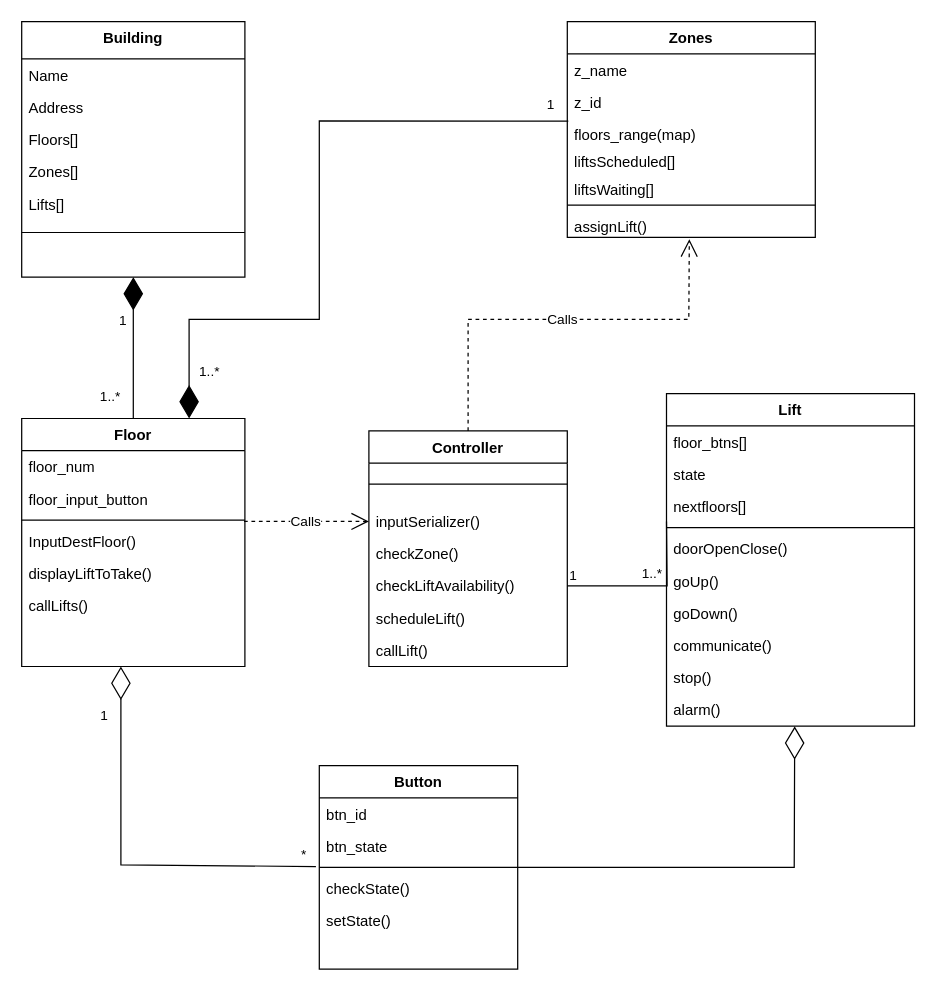
Above: ClassD_Lift_Management_Problem.drawio in moizuddin404/bluepineapple_assignments (draw.io), before the change. Source tidied: cells renumbered, new cells numbered last; positions are measured from the earlier drawing's top-left corner, leaving out a move shared by most shapes. Both pictures are drawn from the tidied source at 124%, with x=0, y=0 at pixel (21, 21).
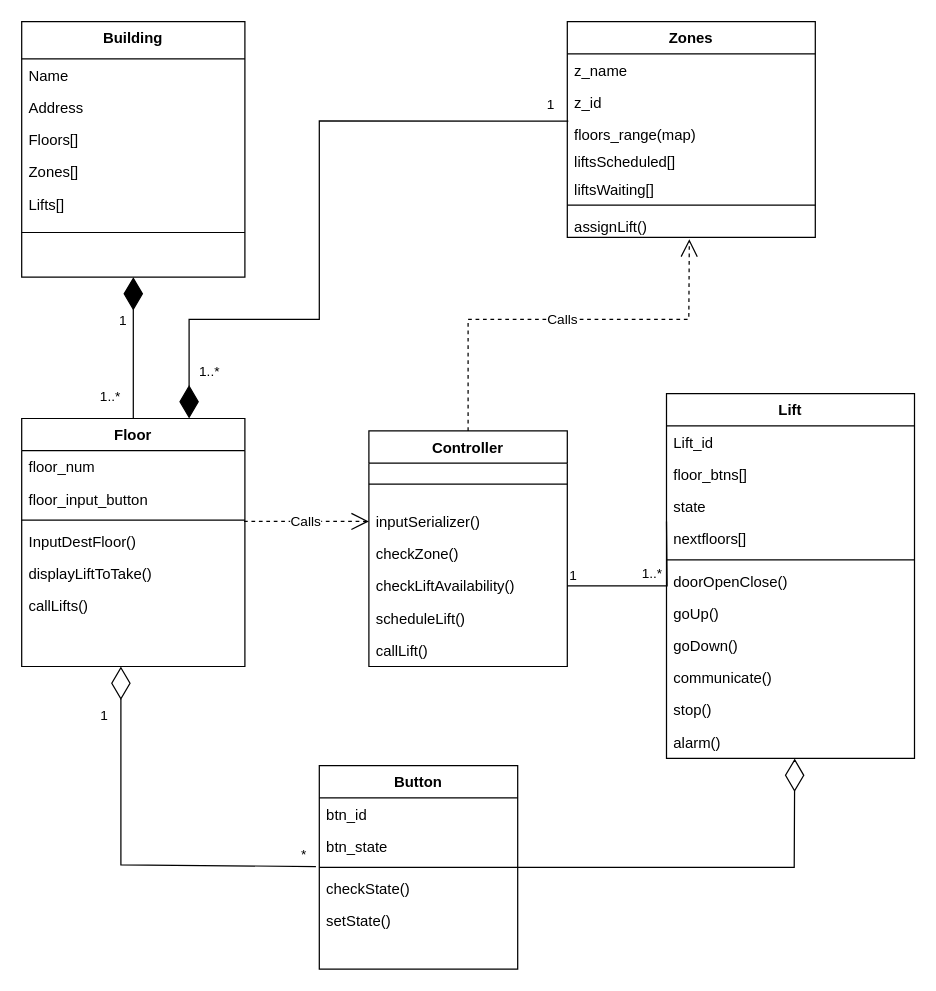
Above is the later version.

The edit, as a diff of the source:
```diff
@@
     <mxCell id="16" value="Lift" style="swimlane;fontStyle=1;align=center;verticalAlign=top;horizontal=1;startSize=26;rounded=0;shadow=0;strokeWidth=1;" parent="1" vertex="1">
-      <mxGeometry x="520" y="300" width="200" height="268" as="geometry" />
+      <mxGeometry x="520" y="300" width="200" height="294" as="geometry" />
     </mxCell>
-    <mxCell id="17" value="floor_btns[]" style="text;align=left;verticalAlign=top;spacingLeft=4;spacingRight=4;overflow=hidden;" parent="16" vertex="1">
+    <mxCell id="17" value="Lift_id" style="text;align=left;verticalAlign=top;spacingLeft=4;spacingRight=4;overflow=hidden;" parent="16" vertex="1">
       <mxGeometry y="26" width="200" height="26" as="geometry" />
     </mxCell>
+    <mxCell id="63" value="floor_btns[]" style="text;align=left;verticalAlign=top;spacingLeft=4;spacingRight=4;overflow=hidden;" parent="16" vertex="1">
+      <mxGeometry y="52" width="200" height="26" as="geometry" />
+    </mxCell>
     <mxCell id="18" value="state" style="text;align=left;verticalAlign=top;spacingLeft=4;spacingRight=4;overflow=hidden;" parent="16" vertex="1">
-      <mxGeometry y="52" width="200" height="26" as="geometry" />
+      <mxGeometry y="78" width="200" height="26" as="geometry" />
     </mxCell>
     <mxCell id="19" value="nextfloors[]" style="text;align=left;verticalAlign=top;spacingLeft=4;spacingRight=4;overflow=hidden;" parent="16" vertex="1">
-      <mxGeometry y="78" width="200" height="26" as="geometry" />
+      <mxGeometry y="104" width="200" height="26" as="geometry" />
     </mxCell>
     <mxCell id="20" style="line;html=1;strokeWidth=1;align=left;verticalAlign=middle;spacingTop=-1;spacingLeft=3;spacingRight=3;labelPosition=right;" parent="16" vertex="1">
-      <mxGeometry y="104" width="200" height="8" as="geometry" />
+      <mxGeometry y="130" width="200" height="8" as="geometry" />
     </mxCell>
     <mxCell id="21" value="doorOpenClose()" style="text;align=left;verticalAlign=top;spacingLeft=4;spacingRight=4;overflow=hidden;" parent="16" vertex="1">
-      <mxGeometry y="112" width="200" height="26" as="geometry" />
+      <mxGeometry y="138" width="200" height="26" as="geometry" />
     </mxCell>
     <mxCell id="22" value="goUp()" style="text;align=left;verticalAlign=top;spacingLeft=4;spacingRight=4;overflow=hidden;" parent="16" vertex="1">
-      <mxGeometry y="138" width="200" height="26" as="geometry" />
+      <mxGeometry y="164" width="200" height="26" as="geometry" />
     </mxCell>
     <mxCell id="23" value="goDown()" style="text;align=left;verticalAlign=top;spacingLeft=4;spacingRight=4;overflow=hidden;" parent="16" vertex="1">
-      <mxGeometry y="164" width="200" height="26" as="geometry" />
+      <mxGeometry y="190" width="200" height="26" as="geometry" />
     </mxCell>
     <mxCell id="24" value="communicate()" style="text;align=left;verticalAlign=top;spacingLeft=4;spacingRight=4;overflow=hidden;" parent="16" vertex="1">
-      <mxGeometry y="190" width="200" height="26" as="geometry" />
+      <mxGeometry y="216" width="200" height="26" as="geometry" />
     </mxCell>
     <mxCell id="25" value="stop()" style="text;align=left;verticalAlign=top;spacingLeft=4;spacingRight=4;overflow=hidden;" parent="16" vertex="1">
-      <mxGeometry y="216" width="200" height="26" as="geometry" />
+      <mxGeometry y="242" width="200" height="26" as="geometry" />
     </mxCell>
     <mxCell id="26" value="alarm()" style="text;align=left;verticalAlign=top;spacingLeft=4;spacingRight=4;overflow=hidden;points=[[0,0.5],[1,0.5]];portConstraint=eastwest;" parent="16" vertex="1">
-      <mxGeometry y="242" width="200" height="26" as="geometry" />
+      <mxGeometry y="268" width="200" height="26" as="geometry" />
     </mxCell>
```
